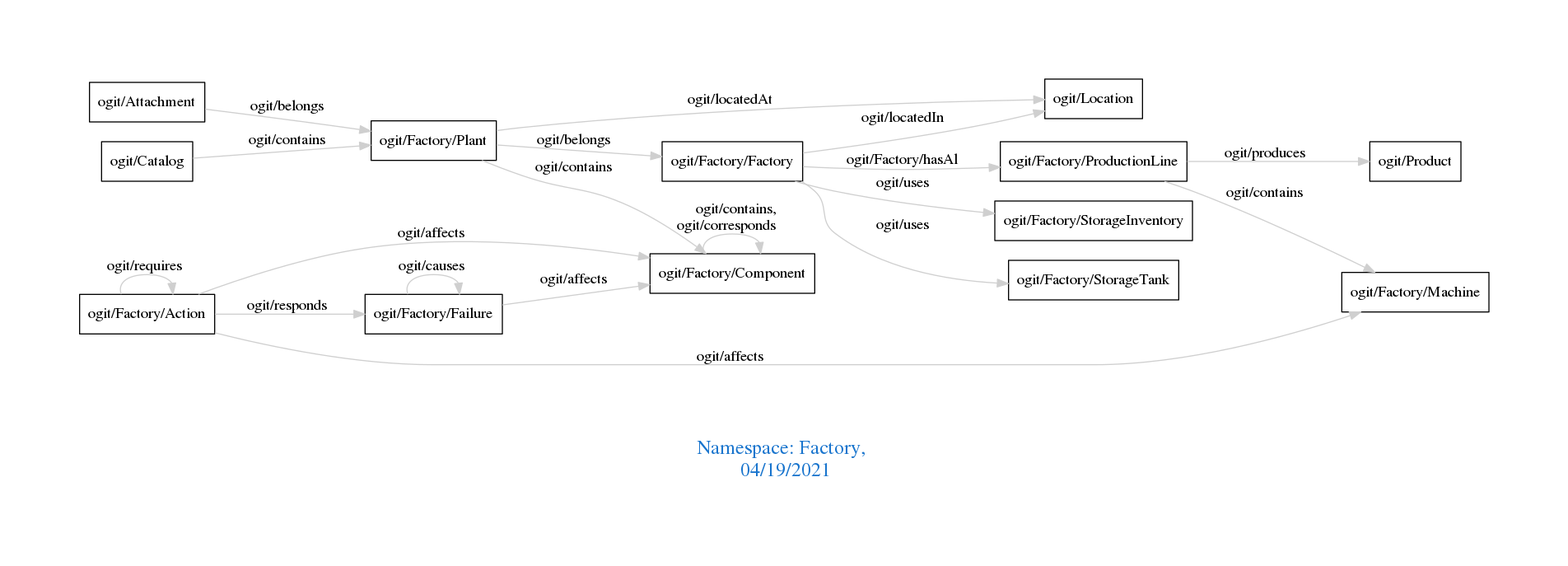
Earlier version of the Graphviz export downloads/Factory.png (arago/OGIT). Its source is kept beside it as downloads/Factory.dot.
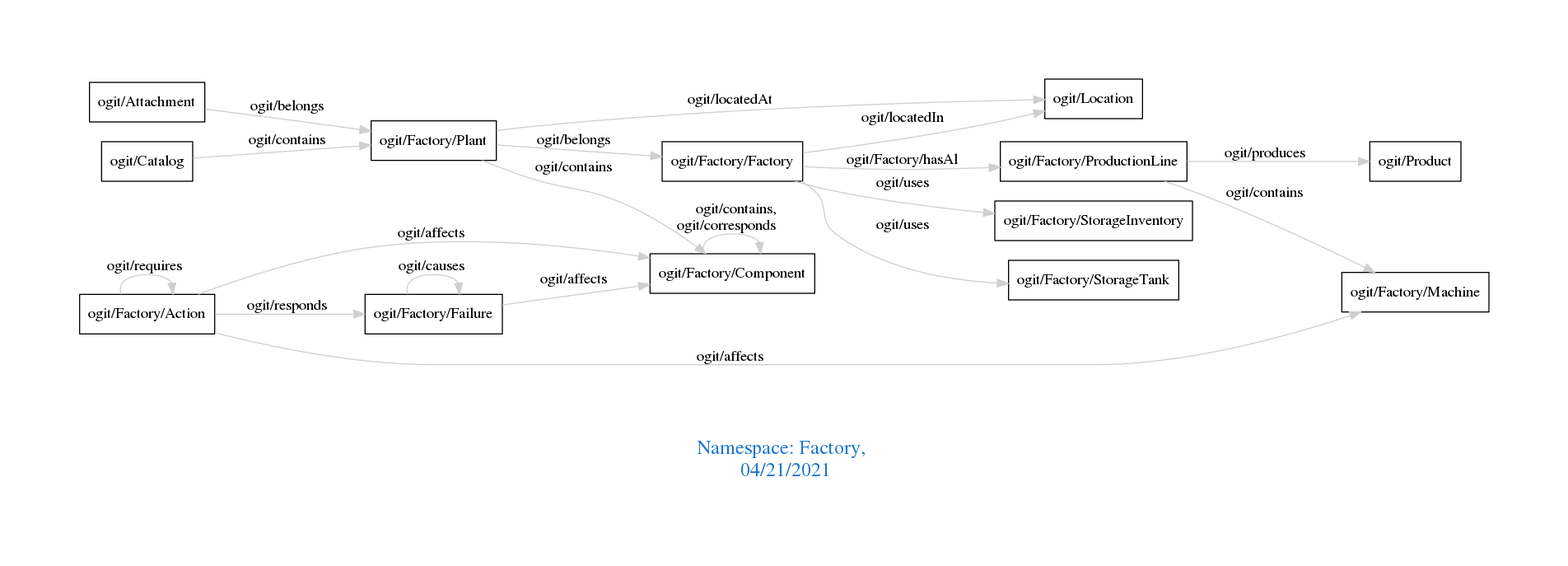
The same file after the commit.

Diff of the diagram source:
```diff
@@ -1,7 +1,7 @@
 digraph OGIT_ontology {
  graph [ rankdir= LR,pad=1
 fontsize = 18,
-fontcolor= dodgerblue3,label = "\n\n\nNamespace: Factory, \n 04/19/2021"];
+fontcolor= dodgerblue3,label = "\n\n\nNamespace: Factory, \n 04/21/2021"];
 node[shape=polygon];
 edge [  color="gray81"];
 
```
